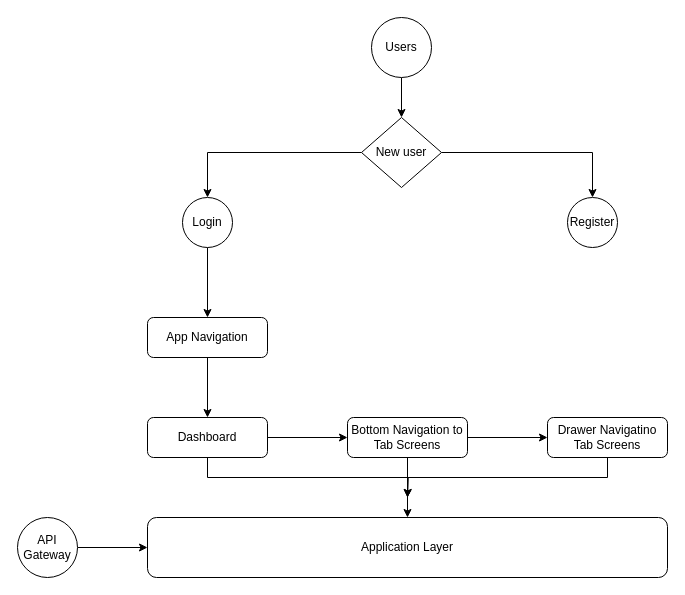
Earlier version of the draw.io diagram Untitled Diagram.drawio (kp0604/ryan-king-architecture). Source tidied: cells renumbered, new cells numbered last; positions are measured from the earlier drawing's top-left corner, leaving out a move shared by most shapes. Both pictures are drawn from the tidied source at 100%, with x=0, y=0 at pixel (17, 17).
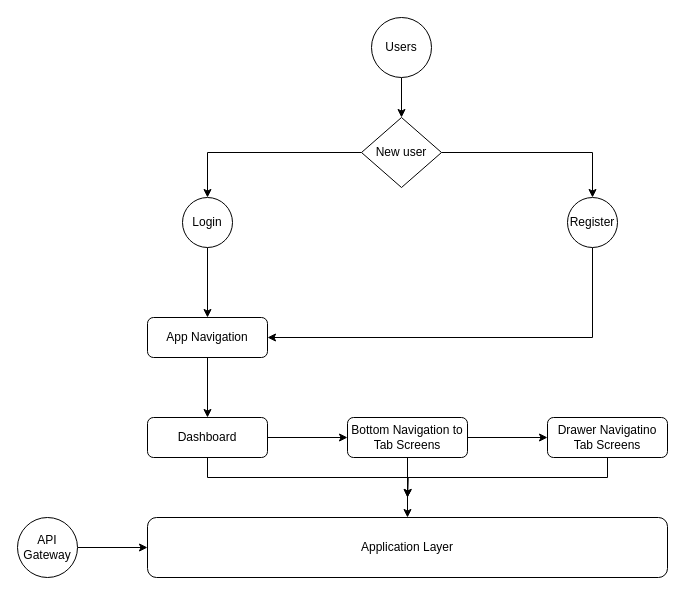
After the change.

Unchanged cells that the change refers to:
```xml
<mxCell id="14" value="App Navigation" style="rounded=1;whiteSpace=wrap;html=1;" parent="1" vertex="1">
  <mxGeometry x="130" y="300" width="120" height="40" as="geometry" />
</mxCell>
<mxCell id="22" value="Register" style="ellipse;whiteSpace=wrap;html=1;" parent="1" vertex="1">
  <mxGeometry x="550" y="180" width="50" height="50" as="geometry" />
</mxCell>
```

Change to the diagram source:
```diff
@@
+    <mxCell id="23" style="edgeStyle=orthogonalEdgeStyle;rounded=0;jettySize=auto;html=1;exitX=0.5;exitY=1;exitDx=0;exitDy=0;entryX=1;entryY=0.5;entryDx=0;entryDy=0;" parent="1" edge="1" source="22" target="14">
+      <mxGeometry relative="1" as="geometry" />
+    </mxCell>
```
